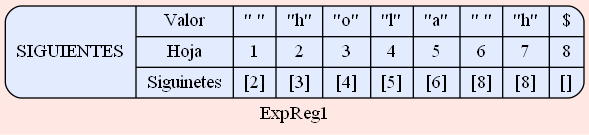
SergieArizandieta/OLC1-P1-202000119 keeps this Graphviz diagram as SIGUIENTES_202000119/Siguientes_ExpReg1.png. Above is the earlier version. Its source is kept beside it as SIGUIENTES_202000119/Siguientes_ExpReg1.dot.
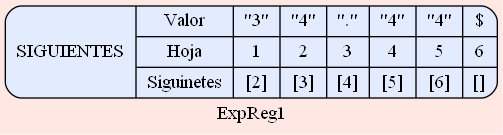
The same diagram one commit later.

What changed in the source:
```diff
@@ -3,13 +3,11 @@
  node [shape=Mrecord fillcolor="#E3EBFF" style =filled];
 label ="ExpReg1"
 struct1 [label="SIGUIENTES| { Valor | Hoja| Siguinetes } |
-{ \" \"| 1 | [2]}|
-{ \"h\"| 2 | [3]}|
-{ \"o\"| 3 | [4]}|
-{ \"l\"| 4 | [5]}|
-{ \"a\"| 5 | [6]}|
-{ \" \"| 6 | [8]}|
-{ \"h\"| 7 | [8]}|
-{ $| 8 | []}
+{ \"3\"| 1 | [2]}|
+{ \"4\"| 2 | [3]}|
+{ \".\"| 3 | [4]}|
+{ \"4\"| 4 | [5]}|
+{ \"4\"| 5 | [6]}|
+{ $| 6 | []}
 "];
  }
```
